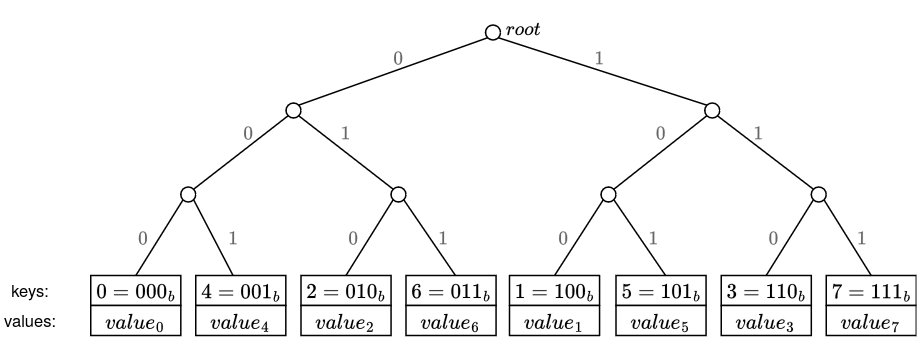
Before: book/src/img/merkletree-example-1-a.png, a diagram exported from draw.io (0xPARC/pod2-docs). Source tidied: cells renumbered, new cells last; positions are measured from the earlier drawing's top-left corner, leaving out a move shared by most shapes.
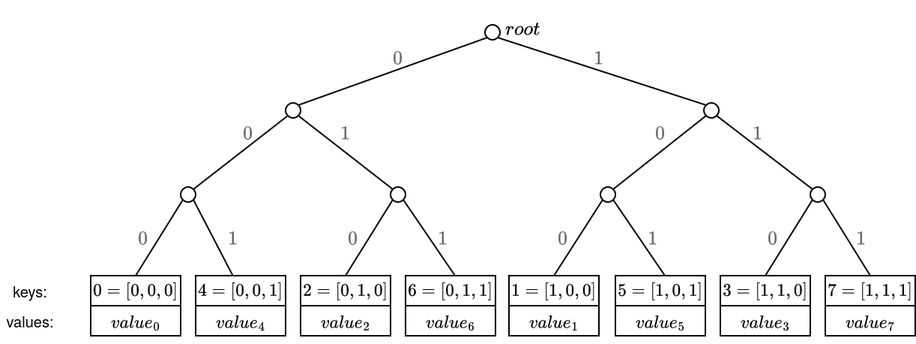
Above is the later version.

Commit message:
update merkletree diagrams with corrected LE

Diff of the diagram source:
```diff
@@ -2,52 +2,52 @@
   <root>
     <mxCell id="0" />
     <mxCell id="1" parent="0" />
-    <mxCell id="2" value="$$0 = 000_b$$" style="rounded=0;whiteSpace=wrap;html=1;" parent="1" vertex="1">
+    <mxCell id="2" value="$$0 = [0,0,0]$$" style="rounded=0;whiteSpace=wrap;html=1;fontSize=10;" parent="1" vertex="1">
       <mxGeometry x="60" y="174" width="60" height="20" as="geometry" />
     </mxCell>
-    <mxCell id="3" value="$$value_0$$" style="rounded=0;whiteSpace=wrap;html=1;" parent="1" vertex="1">
+    <mxCell id="3" value="$$value_0$$" style="rounded=0;whiteSpace=wrap;html=1;fontSize=10;" parent="1" vertex="1">
       <mxGeometry x="60" y="194" width="60" height="20" as="geometry" />
     </mxCell>
-    <mxCell id="4" value="$$4 = 001_b$$" style="rounded=0;whiteSpace=wrap;html=1;" parent="1" vertex="1">
+    <mxCell id="4" value="$$4 = [0, 0, 1]$$" style="rounded=0;whiteSpace=wrap;html=1;fontSize=10;" parent="1" vertex="1">
       <mxGeometry x="130" y="174" width="60" height="20" as="geometry" />
     </mxCell>
-    <mxCell id="5" value="$$value_4$$" style="rounded=0;whiteSpace=wrap;html=1;" parent="1" vertex="1">
+    <mxCell id="5" value="$$value_4$$" style="rounded=0;whiteSpace=wrap;html=1;fontSize=10;" parent="1" vertex="1">
       <mxGeometry x="130" y="194" width="60" height="20" as="geometry" />
     </mxCell>
-    <mxCell id="6" value="$$2 = 010_b$$" style="rounded=0;whiteSpace=wrap;html=1;" parent="1" vertex="1">
+    <mxCell id="6" value="$$2 = [0, 1, 0]$$" style="rounded=0;whiteSpace=wrap;html=1;fontSize=10;" parent="1" vertex="1">
       <mxGeometry x="200" y="174" width="60" height="20" as="geometry" />
     </mxCell>
-    <mxCell id="7" value="$$value_2$$" style="rounded=0;whiteSpace=wrap;html=1;" parent="1" vertex="1">
+    <mxCell id="7" value="$$value_2$$" style="rounded=0;whiteSpace=wrap;html=1;fontSize=10;" parent="1" vertex="1">
       <mxGeometry x="200" y="194" width="60" height="20" as="geometry" />
     </mxCell>
-    <mxCell id="8" value="$$6 = 011_b$$" style="rounded=0;whiteSpace=wrap;html=1;" parent="1" vertex="1">
+    <mxCell id="8" value="$$6 = [0, 1, 1]$$" style="rounded=0;whiteSpace=wrap;html=1;fontSize=10;" parent="1" vertex="1">
       <mxGeometry x="270" y="174" width="60" height="20" as="geometry" />
     </mxCell>
-    <mxCell id="9" value="$$value_6$$" style="rounded=0;whiteSpace=wrap;html=1;" parent="1" vertex="1">
+    <mxCell id="9" value="$$value_6$$" style="rounded=0;whiteSpace=wrap;html=1;fontSize=10;" parent="1" vertex="1">
       <mxGeometry x="270" y="194" width="60" height="20" as="geometry" />
     </mxCell>
-    <mxCell id="10" value="$$1 = 100_b$$" style="rounded=0;whiteSpace=wrap;html=1;" parent="1" vertex="1">
+    <mxCell id="10" value="$$1 = [1, 0, 0]$$" style="rounded=0;whiteSpace=wrap;html=1;fontSize=10;" parent="1" vertex="1">
       <mxGeometry x="339" y="174" width="60" height="20" as="geometry" />
     </mxCell>
-    <mxCell id="11" value="$$value_1$$" style="rounded=0;whiteSpace=wrap;html=1;" parent="1" vertex="1">
+    <mxCell id="11" value="$$value_1$$" style="rounded=0;whiteSpace=wrap;html=1;fontSize=10;" parent="1" vertex="1">
       <mxGeometry x="339" y="194" width="60" height="20" as="geometry" />
     </mxCell>
-    <mxCell id="12" value="$$5 = 101_b$$" style="rounded=0;whiteSpace=wrap;html=1;" parent="1" vertex="1">
+    <mxCell id="12" value="$$5 = [1, 0, 1]$$" style="rounded=0;whiteSpace=wrap;html=1;fontSize=10;" parent="1" vertex="1">
       <mxGeometry x="410" y="174" width="60" height="20" as="geometry" />
     </mxCell>
-    <mxCell id="13" value="$$value_5$$" style="rounded=0;whiteSpace=wrap;html=1;" parent="1" vertex="1">
+    <mxCell id="13" value="$$value_5$$" style="rounded=0;whiteSpace=wrap;html=1;fontSize=10;" parent="1" vertex="1">
       <mxGeometry x="410" y="194" width="60" height="20" as="geometry" />
     </mxCell>
-    <mxCell id="14" value="$$3 = 110_b$$" style="rounded=0;whiteSpace=wrap;html=1;" parent="1" vertex="1">
+    <mxCell id="14" value="$$3 = [1, 1, 0]$$" style="rounded=0;whiteSpace=wrap;html=1;fontSize=10;" parent="1" vertex="1">
       <mxGeometry x="480" y="174" width="60" height="20" as="geometry" />
     </mxCell>
-    <mxCell id="15" value="$$value_3$$" style="rounded=0;whiteSpace=wrap;html=1;" parent="1" vertex="1">
+    <mxCell id="15" value="$$value_3$$" style="rounded=0;whiteSpace=wrap;html=1;fontSize=10;" parent="1" vertex="1">
       <mxGeometry x="480" y="194" width="60" height="20" as="geometry" />
     </mxCell>
-    <mxCell id="16" value="$$7 = 111_b$$" style="rounded=0;whiteSpace=wrap;html=1;" parent="1" vertex="1">
+    <mxCell id="16" value="$$7 = [1, 1, 1]$$" style="rounded=0;whiteSpace=wrap;html=1;fontSize=10;" parent="1" vertex="1">
       <mxGeometry x="550" y="174" width="60" height="20" as="geometry" />
     </mxCell>
-    <mxCell id="17" value="$$value_7$$" style="rounded=0;whiteSpace=wrap;html=1;" parent="1" vertex="1">
+    <mxCell id="17" value="$$value_7$$" style="rounded=0;whiteSpace=wrap;html=1;fontSize=10;" parent="1" vertex="1">
       <mxGeometry x="550" y="194" width="60" height="20" as="geometry" />
     </mxCell>
     <mxCell id="18" style="rounded=0;jettySize=auto;html=1;exitX=0;exitY=1;exitDx=0;exitDy=0;entryX=0.5;entryY=0;entryDx=0;entryDy=0;endArrow=none;startFill=0;" parent="1" edge="1" source="21" target="2">
@@ -162,10 +162,10 @@
     <mxCell id="53" value="$$1$$" style="text;html=1;align=center;verticalAlign=middle;whiteSpace=wrap;rounded=0;fontFamily=Helvetica;fontSize=11;fontColor=#666666;labelBackgroundColor=none;" parent="1" vertex="1">
       <mxGeometry x="394" y="24" width="10" height="10" as="geometry" />
     </mxCell>
-    <mxCell id="54" value="keys:" style="text;html=1;align=center;verticalAlign=middle;whiteSpace=wrap;rounded=0;fontFamily=Helvetica;fontSize=11;fontColor=default;labelBackgroundColor=default;" parent="1" vertex="1">
+    <mxCell id="54" value="keys:" style="text;html=1;align=center;verticalAlign=middle;whiteSpace=wrap;rounded=0;fontFamily=Helvetica;fontSize=10;fontColor=default;labelBackgroundColor=default;" parent="1" vertex="1">
       <mxGeometry y="174" width="40" height="20" as="geometry" />
     </mxCell>
-    <mxCell id="55" value="values:" style="text;html=1;align=center;verticalAlign=middle;whiteSpace=wrap;rounded=0;fontFamily=Helvetica;fontSize=11;fontColor=default;labelBackgroundColor=default;" parent="1" vertex="1">
+    <mxCell id="55" value="values:" style="text;html=1;align=center;verticalAlign=middle;whiteSpace=wrap;rounded=0;fontFamily=Helvetica;fontSize=10;fontColor=default;labelBackgroundColor=default;" parent="1" vertex="1">
       <mxGeometry y="194" width="40" height="20" as="geometry" />
     </mxCell>
   </root>
```
